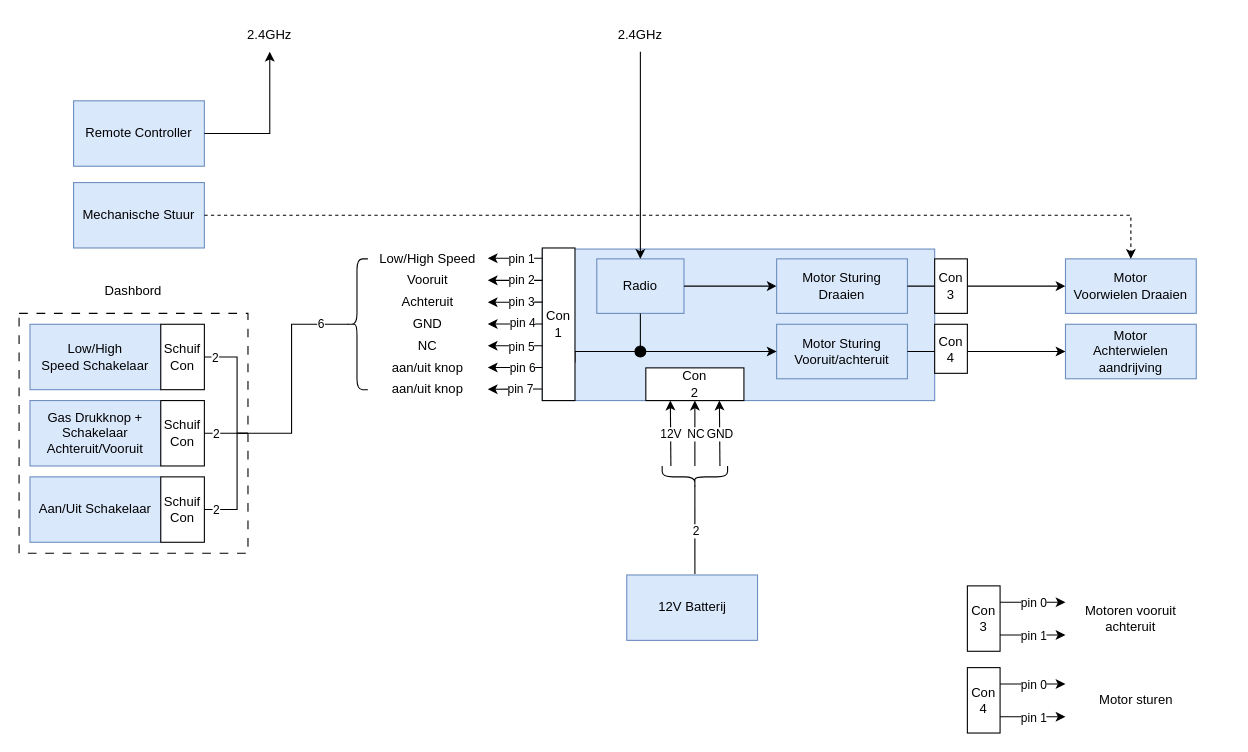
Before: page "blokdiagram huidig architectuur met connectoren" (6 of 8) of ArchitectuurDocumenten/Architectuur.drawio in vives-project-xp/GoBabyGo2.0, a draw.io diagram. Source tidied: cells renumbered, new cells numbered last; positions are measured from the earlier drawing's top-left corner, leaving out a move shared by most shapes. Both pictures are drawn from the tidied source at 109%, with x=0, y=0 at pixel (19, 19).
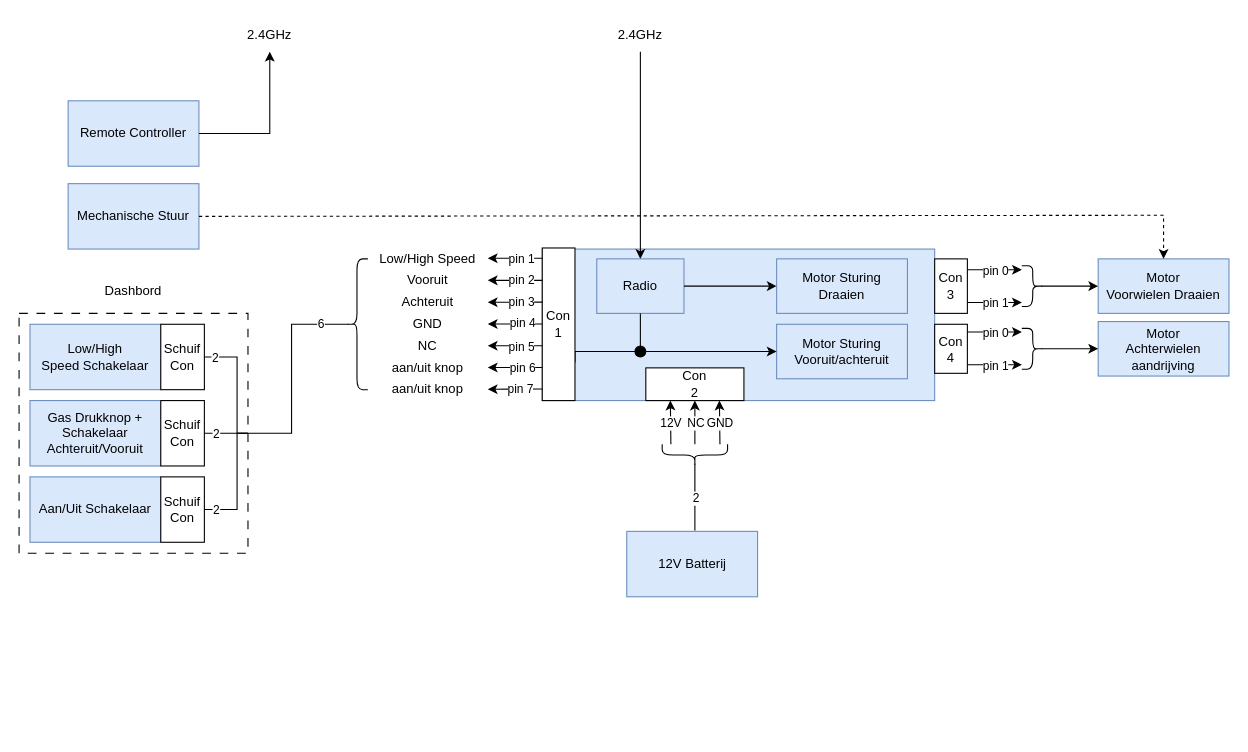
The same page after the edit.

Unchanged cells that the change refers to:
```xml
<mxCell id="4" value="Motor Sturing&lt;br&gt;Draaien" style="rounded=0;whiteSpace=wrap;html=1;fillColor=#dae8fc;strokeColor=#6c8ebf;" parent="1" vertex="1">
  <mxGeometry x="695" y="220" width="120" height="50" as="geometry" />
</mxCell>
<mxCell id="5" value="Motor Sturing&lt;br&gt;Vooruit/achteruit" style="rounded=0;whiteSpace=wrap;html=1;fillColor=#dae8fc;strokeColor=#6c8ebf;" parent="1" vertex="1">
  <mxGeometry x="695" y="280" width="120" height="50" as="geometry" />
</mxCell>
<mxCell id="26" value="Con&lt;br&gt;2" style="rounded=0;whiteSpace=wrap;html=1;" parent="1" vertex="1">
  <mxGeometry x="575" y="320" width="90" height="30" as="geometry" />
</mxCell>
```

The edit, as a diff of the source:
```diff
@@
     <mxCell id="12" value="Motor&lt;br&gt;Achterwielen aandrijving" style="rounded=0;whiteSpace=wrap;html=1;fillColor=#dae8fc;strokeColor=#6c8ebf;" parent="1" vertex="1">
-      <mxGeometry x="960" y="280" width="120" height="50" as="geometry" />
+      <mxGeometry x="990" y="277.5" width="120" height="50" as="geometry" />
     </mxCell>
-    <mxCell id="13" style="endArrow=classic;html=1;rounded=0;exitX=1;exitY=0.5;exitDx=0;exitDy=0;entryX=0;entryY=0.5;entryDx=0;entryDy=0;" parent="1" edge="1" source="5" target="12">
-      <mxGeometry relative="1" as="geometry" />
-    </mxCell>
     <mxCell id="14" value="Motor&lt;br&gt;Voorwielen Draaien" style="rounded=0;whiteSpace=wrap;html=1;fillColor=#dae8fc;strokeColor=#6c8ebf;" parent="1" vertex="1">
-      <mxGeometry x="960" y="220" width="120" height="50" as="geometry" />
+      <mxGeometry x="990" y="220" width="120" height="50" as="geometry" />
     </mxCell>
-    <mxCell id="15" style="endArrow=classic;html=1;rounded=0;exitX=1;exitY=0.5;exitDx=0;exitDy=0;entryX=0;entryY=0.5;entryDx=0;entryDy=0;" parent="1" edge="1" source="4" target="14">
-      <mxGeometry relative="1" as="geometry" />
-    </mxCell>
     <mxCell id="16" value="Remote Controller" style="rounded=0;whiteSpace=wrap;html=1;fillColor=#dae8fc;strokeColor=#6c8ebf;" parent="1" vertex="1">
-      <mxGeometry x="50" y="75" width="120" height="60" as="geometry" />
+      <mxGeometry x="45" y="75" width="120" height="60" as="geometry" />
     </mxCell>
@@
     <mxCell id="19" value="Mechanische Stuur" style="rounded=0;whiteSpace=wrap;html=1;fillColor=#dae8fc;strokeColor=#6c8ebf;" parent="1" vertex="1">
-      <mxGeometry x="50" y="150" width="120" height="60" as="geometry" />
+      <mxGeometry x="45" y="151" width="120" height="60" as="geometry" />
     </mxCell>
     <mxCell id="20" style="endArrow=classic;html=1;rounded=0;exitX=1;exitY=0.5;exitDx=0;exitDy=0;entryX=0.5;entryY=0;entryDx=0;entryDy=0;dashed=1;" parent="1" edge="1" source="19" target="14">
       <mxGeometry relative="1" as="geometry">
         <Array as="points">
-          <mxPoint x="1020" y="180" />
+          <mxPoint x="1050" y="180" />
         </Array>
       </mxGeometry>
     </mxCell>
@@
     <mxCell id="24" value="12V Batterij" style="rounded=0;whiteSpace=wrap;html=1;fillColor=#dae8fc;strokeColor=#6c8ebf;" parent="1" vertex="1">
-      <mxGeometry x="557.5" y="510" width="120" height="60" as="geometry" />
+      <mxGeometry x="557.5" y="470" width="120" height="60" as="geometry" />
     </mxCell>
@@
-    <mxCell id="36" value="Con 4" style="rounded=0;whiteSpace=wrap;html=1;" parent="1" vertex="1">
-      <mxGeometry x="870" y="595" width="30" height="60" as="geometry" />
-    </mxCell>
-    <mxCell id="37" value="Con 3" style="rounded=0;whiteSpace=wrap;html=1;" parent="1" vertex="1">
-      <mxGeometry x="870" y="520" width="30" height="60" as="geometry" />
-    </mxCell>
-    <mxCell id="38" style="endArrow=classic;html=1;rounded=0;entryX=0;entryY=1;entryDx=0;entryDy=0;exitX=1;exitY=0.75;exitDx=0;exitDy=0;" parent="1" edge="1" source="36" target="47">
-      <mxGeometry relative="1" as="geometry" />
-    </mxCell>
-    <mxCell id="39" value="pin 1" style="edgeLabel;html=1;align=center;verticalAlign=middle;" parent="38" vertex="1">
-      <mxGeometry relative="1" as="geometry" />
-    </mxCell>
-    <mxCell id="40" style="endArrow=classic;html=1;rounded=0;entryX=0;entryY=0;entryDx=0;entryDy=0;exitX=1;exitY=0.25;exitDx=0;exitDy=0;" parent="1" edge="1" source="36" target="47">
-      <mxGeometry relative="1" as="geometry" />
-    </mxCell>
-    <mxCell id="41" value="pin 0" style="edgeLabel;html=1;align=center;verticalAlign=middle;" parent="40" vertex="1">
-      <mxGeometry relative="1" as="geometry" />
-    </mxCell>
-    <mxCell id="42" style="endArrow=classic;html=1;rounded=0;entryX=0;entryY=1;entryDx=0;entryDy=0;exitX=1;exitY=0.75;exitDx=0;exitDy=0;" parent="1" edge="1" source="37" target="46">
-      <mxGeometry relative="1" as="geometry" />
+    <mxCell id="42" style="endArrow=classic;html=1;rounded=0;exitX=1;exitY=0.75;exitDx=0;exitDy=0;" parent="1" edge="1">
+      <mxGeometry relative="1" as="geometry">
+        <mxPoint x="870" y="260" as="sourcePoint" />
+        <mxPoint x="920" y="260" as="targetPoint" />
+      </mxGeometry>
     </mxCell>
@@
-    <mxCell id="44" style="endArrow=classic;html=1;rounded=0;entryX=0;entryY=0;entryDx=0;entryDy=0;exitX=1;exitY=0.25;exitDx=0;exitDy=0;" parent="1" edge="1" source="37" target="46">
-      <mxGeometry relative="1" as="geometry" />
+    <mxCell id="44" style="endArrow=classic;html=1;rounded=0;exitX=1;exitY=0.25;exitDx=0;exitDy=0;" parent="1" edge="1">
+      <mxGeometry relative="1" as="geometry">
+        <mxPoint x="870" y="230" as="sourcePoint" />
+        <mxPoint x="920" y="230" as="targetPoint" />
+      </mxGeometry>
     </mxCell>
@@
-    <mxCell id="46" value="Motoren vooruit achteruit" style="text;html=1;strokeColor=none;fillColor=none;align=center;verticalAlign=middle;whiteSpace=wrap;rounded=0;" parent="1" vertex="1">
-      <mxGeometry x="960" y="535" width="120" height="30" as="geometry" />
-    </mxCell>
-    <mxCell id="47" value="Motor sturen" style="text;html=1;strokeColor=none;fillColor=none;align=center;verticalAlign=middle;whiteSpace=wrap;rounded=0;" parent="1" vertex="1">
-      <mxGeometry x="960" y="610" width="130" height="30" as="geometry" />
-    </mxCell>
     <mxCell id="48" style="endArrow=classic;html=1;rounded=0;entryX=0.25;entryY=1;entryDx=0;entryDy=0;" parent="1" edge="1" target="26">
       <mxGeometry relative="1" as="geometry">
-        <mxPoint x="598" y="410" as="sourcePoint" />
+        <mxPoint x="598" y="390" as="sourcePoint" />
       </mxGeometry>
     </mxCell>
@@
     <mxCell id="50" style="endArrow=classic;html=1;rounded=0;entryX=0.5;entryY=1;entryDx=0;entryDy=0;" parent="1" edge="1" target="26">
       <mxGeometry relative="1" as="geometry">
-        <mxPoint x="620" y="410" as="sourcePoint" />
+        <mxPoint x="620" y="390" as="sourcePoint" />
       </mxGeometry>
     </mxCell>
@@
     <mxCell id="52" style="endArrow=classic;html=1;rounded=0;entryX=0.75;entryY=1;entryDx=0;entryDy=0;" parent="1" edge="1" target="26">
       <mxGeometry relative="1" as="geometry">
-        <mxPoint x="643" y="410" as="sourcePoint" />
+        <mxPoint x="643" y="390" as="sourcePoint" />
       </mxGeometry>
     </mxCell>
@@
     <mxCell id="83" style="shape=curlyBracket;whiteSpace=wrap;html=1;rounded=1;labelPosition=left;verticalLabelPosition=middle;align=right;verticalAlign=middle;direction=north;" parent="1" vertex="1">
-      <mxGeometry x="590" y="410" width="60" height="20" as="geometry" />
+      <mxGeometry x="590" y="390" width="60" height="20" as="geometry" />
     </mxCell>
@@
+    <mxCell id="86" style="endArrow=classic;html=1;rounded=0;exitX=1;exitY=0.75;exitDx=0;exitDy=0;" parent="1" edge="1">
+      <mxGeometry relative="1" as="geometry">
+        <mxPoint x="870" y="317.1" as="sourcePoint" />
+        <mxPoint x="920" y="317.1" as="targetPoint" />
+      </mxGeometry>
+    </mxCell>
+    <mxCell id="39" value="pin 1" style="edgeLabel;html=1;align=center;verticalAlign=middle;" parent="86" vertex="1">
+      <mxGeometry relative="1" as="geometry" />
+    </mxCell>
+    <mxCell id="87" style="endArrow=classic;html=1;rounded=0;exitX=1;exitY=0.25;exitDx=0;exitDy=0;" parent="1" edge="1">
+      <mxGeometry relative="1" as="geometry">
+        <mxPoint x="870" y="287.1" as="sourcePoint" />
+        <mxPoint x="920" y="287.1" as="targetPoint" />
+      </mxGeometry>
+    </mxCell>
+    <mxCell id="41" value="pin 0" style="edgeLabel;html=1;align=center;verticalAlign=middle;" parent="87" vertex="1">
+      <mxGeometry relative="1" as="geometry" />
+    </mxCell>
+    <mxCell id="88" style="shape=curlyBracket;whiteSpace=wrap;html=1;rounded=1;labelPosition=left;verticalLabelPosition=middle;align=right;verticalAlign=middle;direction=north;rotation=-90;" parent="1" vertex="1">
+      <mxGeometry x="911.2" y="235" width="37.5" height="20" as="geometry" />
+    </mxCell>
+    <mxCell id="89" style="shape=curlyBracket;whiteSpace=wrap;html=1;rounded=1;labelPosition=left;verticalLabelPosition=middle;align=right;verticalAlign=middle;direction=north;rotation=-90;size=0.5;" parent="1" vertex="1">
+      <mxGeometry x="911.2" y="292.5" width="37.5" height="20" as="geometry" />
+    </mxCell>
+    <mxCell id="90" style="endArrow=classic;html=1;rounded=0;exitX=0.1;exitY=0.5;exitDx=0;exitDy=0;exitPerimeter=0;entryX=0;entryY=0.5;entryDx=0;entryDy=0;" parent="1" edge="1" source="88" target="14">
+      <mxGeometry relative="1" as="geometry" />
+    </mxCell>
+    <mxCell id="91" style="endArrow=classic;html=1;rounded=0;exitX=0.1;exitY=0.5;exitDx=0;exitDy=0;exitPerimeter=0;entryX=0;entryY=0.5;entryDx=0;entryDy=0;" parent="1" edge="1" source="89" target="12">
+      <mxGeometry relative="1" as="geometry" />
+    </mxCell>
```
